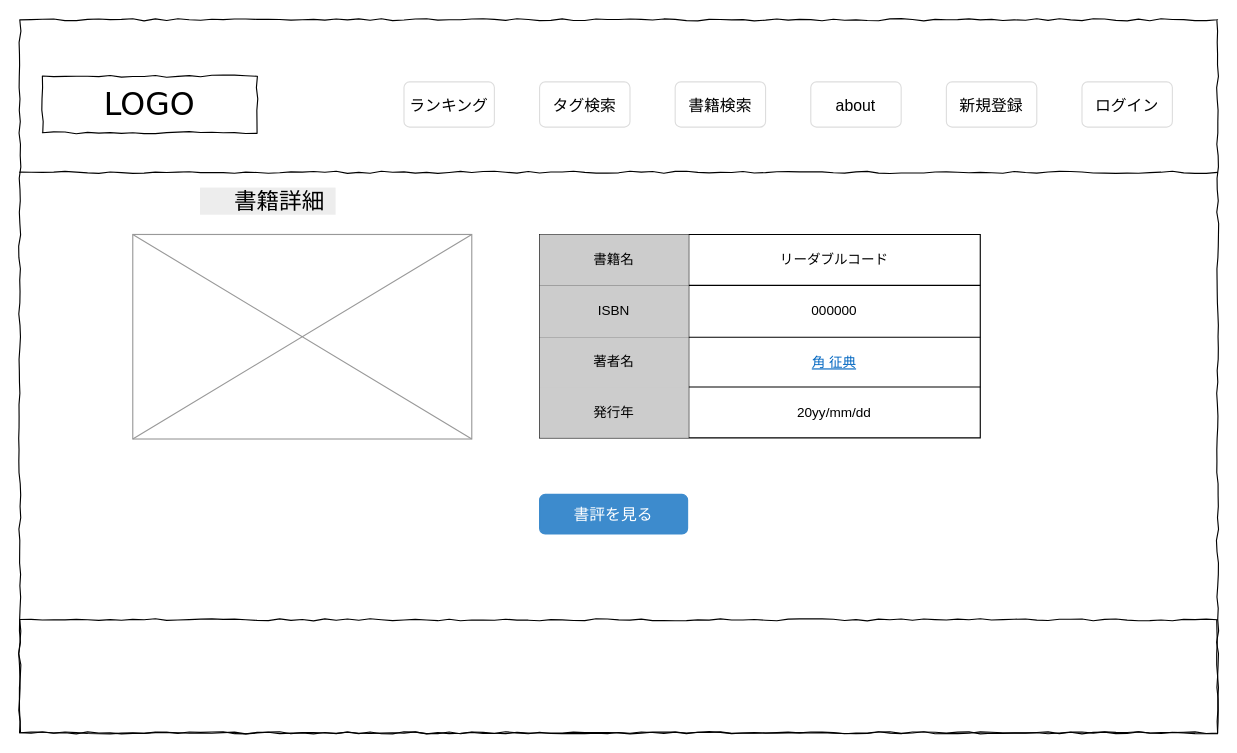
Earlier version of the draw.io diagram page "書籍詳細" (3 of 22) of wire_TechnicalBookReviewers_user.drawio (MitsuruYako/TechnicalBookReviewers). Source tidied: cells renumbered, new cells numbered last; positions are measured from the earlier drawing's top-left corner, leaving out a move shared by most shapes. Both pictures are drawn from the tidied source at 113%, with x=0, y=0 at pixel (19, 19).
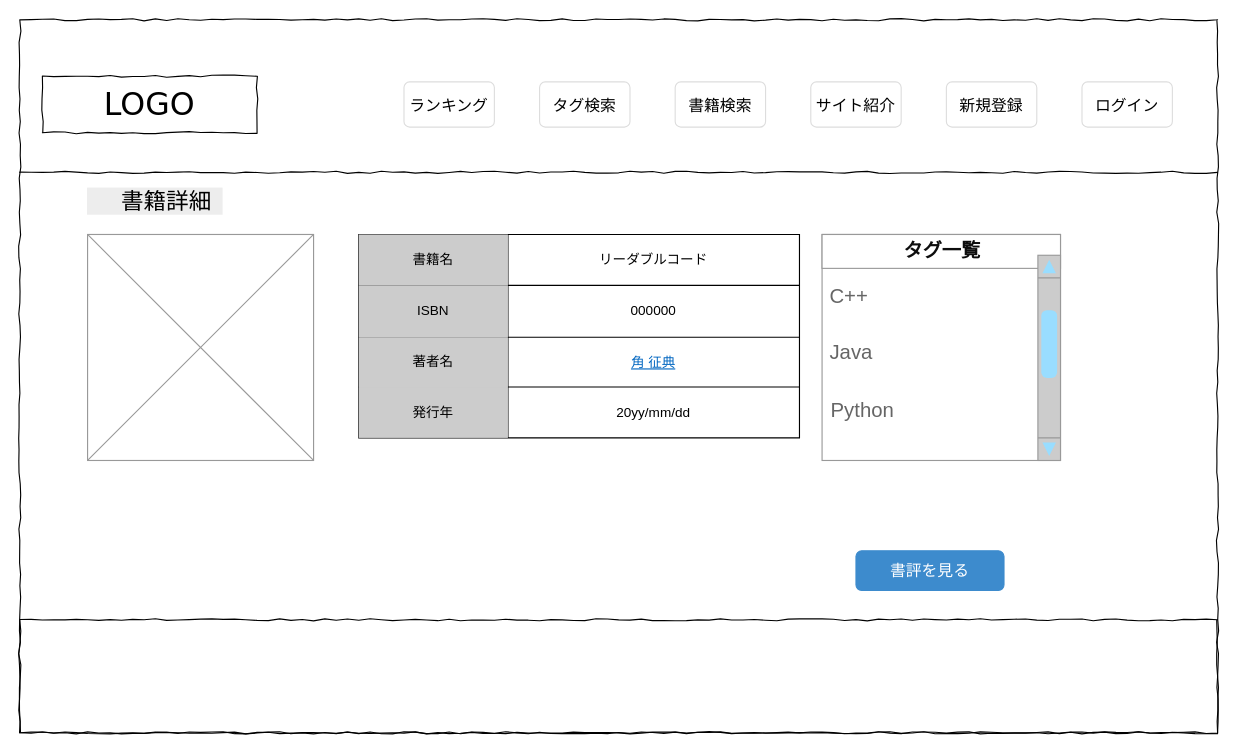
The same page after the edit.

Diff of the diagram source:
```diff
@@
-    <mxCell id="6" style="verticalLabelPosition=bottom;shadow=0;dashed=0;align=center;html=1;verticalAlign=top;strokeWidth=1;shape=mxgraph.mockup.graphics.simpleIcon;strokeColor=#999999;" parent="1" vertex="1">
-      <mxGeometry x="100" y="190" width="300" height="181" as="geometry" />
-    </mxCell>
-    <mxCell id="7" value="&lt;span style=&quot;font-size: 14px&quot;&gt;書評を見る&lt;/span&gt;" style="html=1;shadow=0;dashed=0;shape=mxgraph.bootstrap.rrect;rSize=5;fillColor=#3D8BCD;align=center;strokeColor=#3D8BCD;fontColor=#ffffff;fontSize=10;whiteSpace=wrap;" parent="1" vertex="1">
-      <mxGeometry x="460" y="420" width="131" height="35" as="geometry" />
-    </mxCell>
@@
-    <mxCell id="9" value="&lt;span style=&quot;font-size: 14px&quot;&gt;about&lt;/span&gt;" style="html=1;shadow=0;dashed=0;shape=mxgraph.bootstrap.rrect;rSize=5;strokeColor=#dddddd;align=center;fontSize=16;whiteSpace=wrap;fillColor=#FFFFFF;" parent="1" vertex="1">
+    <mxCell id="9" value="&lt;span style=&quot;font-size: 14px&quot;&gt;サイト紹介&lt;/span&gt;" style="html=1;shadow=0;dashed=0;shape=mxgraph.bootstrap.rrect;rSize=5;strokeColor=#dddddd;align=center;fontSize=16;whiteSpace=wrap;fillColor=#FFFFFF;" parent="1" vertex="1">
       <mxGeometry x="700" y="55" width="80" height="40" as="geometry" />
     </mxCell>
@@
-    <mxCell id="14" style="shape=table;html=1;whiteSpace=wrap;startSize=0;childLayout=tableLayout;" parent="1" vertex="1">
-      <mxGeometry x="460" y="190" width="390" height="180" as="geometry" />
-    </mxCell>
+    <mxCell id="7" value="&lt;span style=&quot;font-size: 14px&quot;&gt;書評を見る&lt;/span&gt;" style="html=1;shadow=0;dashed=0;shape=mxgraph.bootstrap.rrect;rSize=5;fillColor=#3D8BCD;align=center;strokeColor=#3D8BCD;fontColor=#ffffff;fontSize=10;whiteSpace=wrap;" parent="1" vertex="1">
+      <mxGeometry x="740" y="470" width="131" height="35" as="geometry" />
+    </mxCell>
+    <mxCell id="27" value="　書籍詳細　" style="text;html=1;strokeColor=none;fillColor=none;align=center;verticalAlign=middle;whiteSpace=wrap;rounded=0;labelBackgroundColor=#EDEDED;fontSize=20;" parent="1" vertex="1">
+      <mxGeometry x="20" y="150" width="200" height="20" as="geometry" />
+    </mxCell>
+    <mxCell id="28" style="verticalLabelPosition=bottom;shadow=0;dashed=0;align=center;html=1;verticalAlign=top;strokeWidth=1;shape=mxgraph.mockup.graphics.simpleIcon;strokeColor=#999999;" parent="1" vertex="1">
+      <mxGeometry x="60" y="190" width="200" height="200" as="geometry" />
+    </mxCell>
+    <mxCell id="29" style="shape=table;html=1;whiteSpace=wrap;startSize=0;childLayout=tableLayout;" parent="1" vertex="1">
+      <mxGeometry x="300" y="190" width="390" height="180" as="geometry" />
+    </mxCell>
-    <mxCell id="15" style="shape=partialRectangle;html=1;whiteSpace=wrap;fillColor=none;top=0;left=0;bottom=0;right=0;" parent="14" vertex="1">
+    <mxCell id="15" style="shape=partialRectangle;html=1;whiteSpace=wrap;fillColor=none;top=0;left=0;bottom=0;right=0;" parent="29" vertex="1">
       <mxGeometry width="390" height="45" as="geometry" />
     </mxCell>
@@
-    <mxCell id="18" style="shape=partialRectangle;html=1;whiteSpace=wrap;fillColor=none;top=0;left=0;bottom=0;right=0;" parent="14" vertex="1">
+    <mxCell id="18" style="shape=partialRectangle;html=1;whiteSpace=wrap;fillColor=none;top=0;left=0;bottom=0;right=0;" parent="29" vertex="1">
       <mxGeometry y="45" width="390" height="46" as="geometry" />
     </mxCell>
@@
-    <mxCell id="21" style="shape=partialRectangle;html=1;whiteSpace=wrap;fillColor=none;top=0;left=0;bottom=0;right=0;" parent="14" vertex="1">
+    <mxCell id="21" style="shape=partialRectangle;html=1;whiteSpace=wrap;fillColor=none;top=0;left=0;bottom=0;right=0;" parent="29" vertex="1">
       <mxGeometry y="91" width="390" height="44" as="geometry" />
     </mxCell>
@@
-    <mxCell id="23" value="&lt;div style=&quot;text-align: left&quot;&gt;&lt;a class=&quot;a-size-small a-link-normal authorNameLink a-text-normal&quot; href=&quot;https://www.amazon.co.jp/%E8%A7%92-%E5%BE%81%E5%85%B8/e/B00429JIAI?ref_=dbs_p_pbk_r00_abau_000000&quot; style=&quot;box-sizing: border-box ; color: rgb(0 , 102 , 192) ; font-family: &amp;#34;hiragino kaku gothic pro w3&amp;#34; , &amp;#34;hiragino kaku gothic pron&amp;#34; , &amp;#34;meiryo&amp;#34; , sans-serif ; background-color: rgb(255 , 255 , 255) ; line-height: 1.5&quot;&gt;角 征典&lt;/a&gt;&lt;br&gt;&lt;/div&gt;" style="shape=partialRectangle;html=1;whiteSpace=wrap;overflow=hidden;fillColor=none;top=0;left=0;bottom=0;right=0;" parent="21" vertex="1">
+    <mxCell id="23" value="&lt;div style=&quot;text-align: left&quot;&gt;&lt;a class=&quot;a-size-small a-link-normal authorNameLink a-text-normal&quot; href=&quot;https://www.amazon.co.jp/%E8%A7%92-%E5%BE%81%E5%85%B8/e/B00429JIAI?ref_=dbs_p_pbk_r00_abau_000000&quot; style=&quot;box-sizing: border-box ; color: rgb(0 , 102 , 192) ; font-family: &amp;quot;hiragino kaku gothic pro w3&amp;quot; , &amp;quot;hiragino kaku gothic pron&amp;quot; , &amp;quot;meiryo&amp;quot; , sans-serif ; background-color: rgb(255 , 255 , 255) ; line-height: 1.5&quot;&gt;角 征典&lt;/a&gt;&lt;br&gt;&lt;/div&gt;" style="shape=partialRectangle;html=1;whiteSpace=wrap;overflow=hidden;fillColor=none;top=0;left=0;bottom=0;right=0;" parent="21" vertex="1">
       <mxGeometry x="132" width="258" height="44" as="geometry" />
     </mxCell>
-    <mxCell id="24" style="shape=partialRectangle;html=1;whiteSpace=wrap;fillColor=none;top=0;left=0;bottom=0;right=0;" parent="14" vertex="1">
+    <mxCell id="24" style="shape=partialRectangle;html=1;whiteSpace=wrap;fillColor=none;top=0;left=0;bottom=0;right=0;" parent="29" vertex="1">
       <mxGeometry y="135" width="390" height="45" as="geometry" />
     </mxCell>
@@
-    <mxCell id="27" value="　書籍詳細　" style="text;html=1;strokeColor=none;fillColor=none;align=center;verticalAlign=middle;whiteSpace=wrap;rounded=0;labelBackgroundColor=#EDEDED;fontSize=20;" parent="1" vertex="1">
-      <mxGeometry x="24.5" y="150" width="390" height="20" as="geometry" />
-    </mxCell>
+    <mxCell id="30" style="strokeWidth=1;shadow=0;dashed=0;align=center;html=1;shape=mxgraph.mockup.forms.rrect;rSize=0;strokeColor=#999999;fillColor=#ffffff;" parent="1" vertex="1">
+      <mxGeometry x="710" y="190" width="211" height="200" as="geometry" />
+    </mxCell>
+    <mxCell id="31" value="&lt;font color=&quot;#0d0d0d&quot;&gt;&lt;b&gt;タグ一覧&lt;/b&gt;&lt;/font&gt;" style="strokeWidth=1;shadow=0;dashed=0;align=center;html=1;shape=mxgraph.mockup.forms.rrect;rSize=0;strokeColor=#999999;fontColor=#008cff;fontSize=17;fillColor=#ffffff;" parent="30" vertex="1">
+      <mxGeometry width="211" height="30" relative="1" as="geometry" />
+    </mxCell>
+    <mxCell id="32" value="&lt;span style=&quot;font-size: 18px&quot;&gt;C++&lt;/span&gt;" style="strokeWidth=1;shadow=0;dashed=0;align=center;html=1;shape=mxgraph.mockup.forms.anchor;fontSize=17;fontColor=#666666;align=left;spacingLeft=5;" parent="30" vertex="1">
+      <mxGeometry width="190" height="50" relative="1" as="geometry">
+        <mxPoint y="29.5" as="offset" />
+      </mxGeometry>
+    </mxCell>
+    <mxCell id="33" value="&lt;font style=&quot;font-size: 18px&quot;&gt;Java&lt;/font&gt;" style="strokeWidth=1;shadow=0;dashed=0;align=center;html=1;shape=mxgraph.mockup.forms.anchor;fontSize=17;fontColor=#666666;align=left;spacingLeft=5;" parent="30" vertex="1">
+      <mxGeometry width="190" height="50" relative="1" as="geometry">
+        <mxPoint y="80" as="offset" />
+      </mxGeometry>
+    </mxCell>
+    <mxCell id="34" value="&lt;font style=&quot;font-size: 18px&quot;&gt;Python&lt;/font&gt;" style="strokeWidth=1;shadow=0;dashed=0;align=center;html=1;shape=mxgraph.mockup.forms.anchor;fontSize=17;fontColor=#666666;align=left;spacingLeft=5;" parent="30" vertex="1">
+      <mxGeometry x="1" y="140" width="179" height="31.2" as="geometry" />
+    </mxCell>
+    <mxCell id="35" style="verticalLabelPosition=bottom;shadow=0;dashed=0;align=center;html=1;verticalAlign=top;strokeWidth=1;shape=mxgraph.mockup.navigation.scrollBar;strokeColor=#999999;barPos=65;fillColor2=#99ddff;strokeColor2=none;direction=north;fillColor=#CCCCCC;" parent="30" vertex="1">
+      <mxGeometry x="191" y="18.4" width="20" height="181.6" as="geometry" />
+    </mxCell>
```
